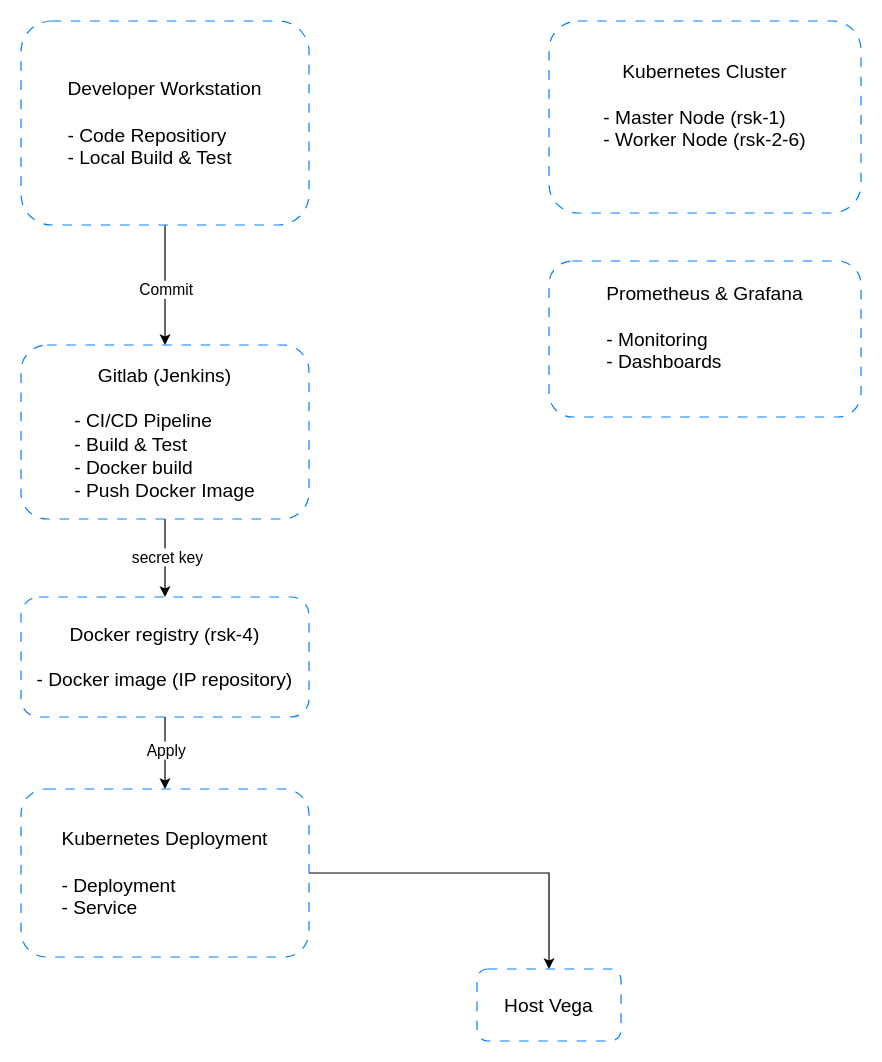
Regina117/kubera keeps this draw.io diagram as geoserver.drawio. Above is the earlier version. Source tidied: cells renumbered, new cells numbered last; positions are measured from the earlier drawing's top-left corner, leaving out a move shared by most shapes. Both pictures are drawn from the tidied source at 120%, with x=0, y=0 at pixel (20, 20).
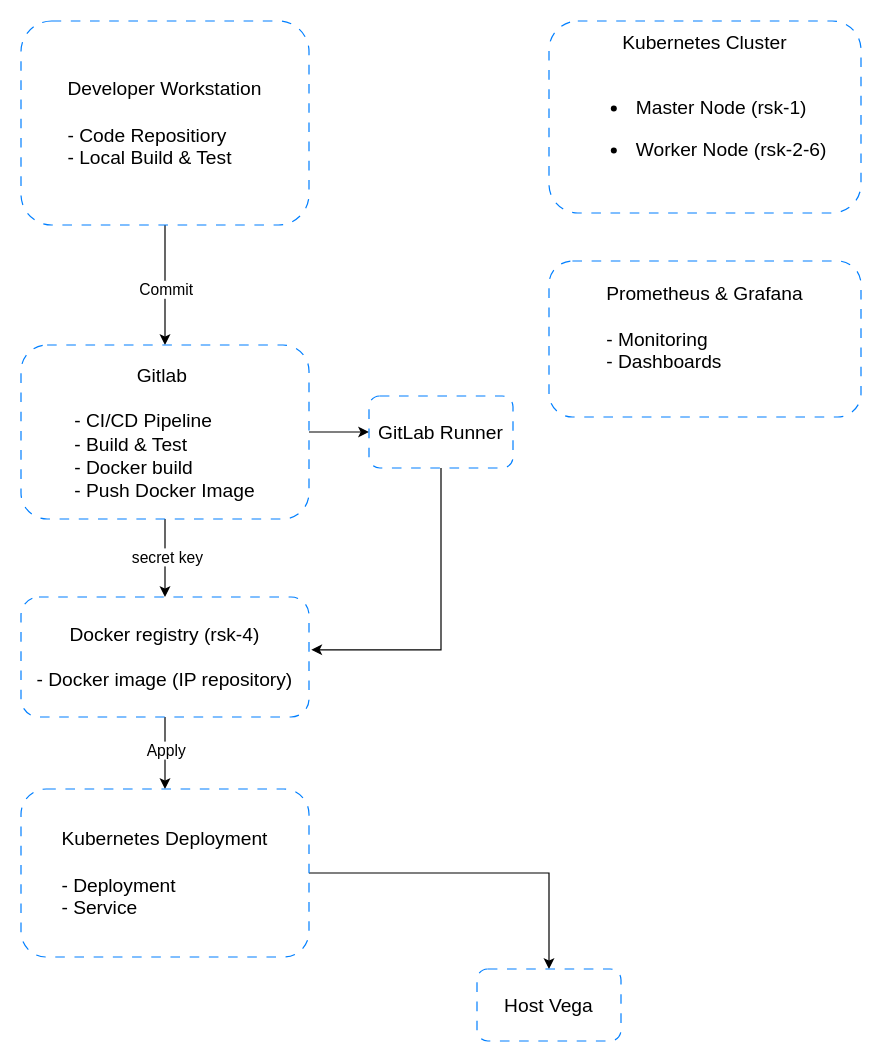
After the change.

Unchanged cells that the change refers to:
```xml
<mxCell id="10" value="Docker registry (rsk-4)&lt;div style=&quot;text-align: justify;&quot;&gt;&lt;br&gt;&lt;/div&gt;&lt;div style=&quot;text-align: justify;&quot;&gt;- Docker image (IP repository)&lt;/div&gt;" style="rounded=1;whiteSpace=wrap;html=1;fontSize=16;strokeColor=#007FFF;dashed=1;dashPattern=8 8;strokeWidth=1;" parent="1" vertex="1">
  <mxGeometry y="480" width="240" height="100" as="geometry" />
</mxCell>
```

Change to the diagram source:
```diff
@@
+    <mxCell id="16" style="edgeStyle=orthogonalEdgeStyle;rounded=0;jettySize=auto;html=1;" parent="1" edge="1" source="7" target="17">
+      <mxGeometry relative="1" as="geometry" />
+    </mxCell>
-    <mxCell id="7" value="Gitlab (Jenkins)&lt;div&gt;&lt;br&gt;&lt;/div&gt;&lt;div style=&quot;text-align: justify;&quot;&gt;- CI/CD Pipeline&lt;/div&gt;&lt;div style=&quot;text-align: justify;&quot;&gt;- Build &amp;amp; Test&lt;/div&gt;&lt;div style=&quot;text-align: justify;&quot;&gt;- Docker build&lt;/div&gt;&lt;div style=&quot;text-align: justify;&quot;&gt;- Push Docker Image&lt;/div&gt;" style="rounded=1;whiteSpace=wrap;html=1;fontSize=16;strokeColor=#007FFF;dashed=1;dashPattern=8 8;strokeWidth=1;" parent="1" vertex="1">
+    <mxCell id="7" value="Gitlab&amp;nbsp;&lt;div&gt;&lt;br&gt;&lt;/div&gt;&lt;div style=&quot;text-align: justify;&quot;&gt;- CI/CD Pipeline&lt;/div&gt;&lt;div style=&quot;text-align: justify;&quot;&gt;- Build &amp;amp; Test&lt;/div&gt;&lt;div style=&quot;text-align: justify;&quot;&gt;- Docker build&lt;/div&gt;&lt;div style=&quot;text-align: justify;&quot;&gt;- Push Docker Image&lt;/div&gt;" style="rounded=1;whiteSpace=wrap;html=1;fontSize=16;strokeColor=#007FFF;dashed=1;dashPattern=8 8;strokeWidth=1;" parent="1" vertex="1">
       <mxGeometry y="270" width="240" height="145" as="geometry" />
     </mxCell>
@@
-    <mxCell id="13" value="Kubernetes Cluster&lt;div&gt;&lt;br&gt;&lt;/div&gt;&lt;div style=&quot;text-align: justify;&quot;&gt;- Master Node (rsk-1)&lt;/div&gt;&lt;div style=&quot;text-align: justify;&quot;&gt;- Worker Node (rsk-2-6)&lt;/div&gt;&lt;div style=&quot;text-align: justify;&quot;&gt;&lt;br&gt;&lt;/div&gt;" style="whiteSpace=wrap;html=1;fontSize=16;strokeColor=#007FFF;rounded=1;dashed=1;dashPattern=8 8;strokeWidth=1;" parent="1" vertex="1">
+    <mxCell id="13" value="Kubernetes Cluster&lt;div&gt;&lt;br&gt;&lt;/div&gt;&lt;div style=&quot;text-align: justify;&quot;&gt;&lt;ul&gt;&lt;li&gt;&amp;nbsp;Master Node (rsk-1)&lt;/li&gt;&lt;/ul&gt;&lt;ul&gt;&lt;li&gt;&amp;nbsp;Worker Node (rsk-2-6)&lt;/li&gt;&lt;/ul&gt;&lt;/div&gt;&lt;div style=&quot;text-align: justify;&quot;&gt;&lt;br&gt;&lt;/div&gt;" style="whiteSpace=wrap;html=1;fontSize=16;strokeColor=#007FFF;rounded=1;dashed=1;dashPattern=8 8;strokeWidth=1;" parent="1" vertex="1">
       <mxGeometry x="440" width="260" height="160" as="geometry" />
     </mxCell>
@@
+    <mxCell id="17" value="GitLab Runner" style="rounded=1;whiteSpace=wrap;html=1;fontSize=16;strokeColor=#007FFF;dashed=1;dashPattern=8 8;strokeWidth=1;" parent="1" vertex="1">
+      <mxGeometry x="290" y="312.5" width="120" height="60" as="geometry" />
+    </mxCell>
+    <mxCell id="18" style="edgeStyle=orthogonalEdgeStyle;rounded=0;jettySize=auto;html=1;entryX=1.008;entryY=0.44;entryDx=0;entryDy=0;entryPerimeter=0;" parent="1" edge="1" source="17" target="10">
+      <mxGeometry relative="1" as="geometry">
+        <Array as="points">
+          <mxPoint x="350" y="524" />
+        </Array>
+      </mxGeometry>
+    </mxCell>
```
